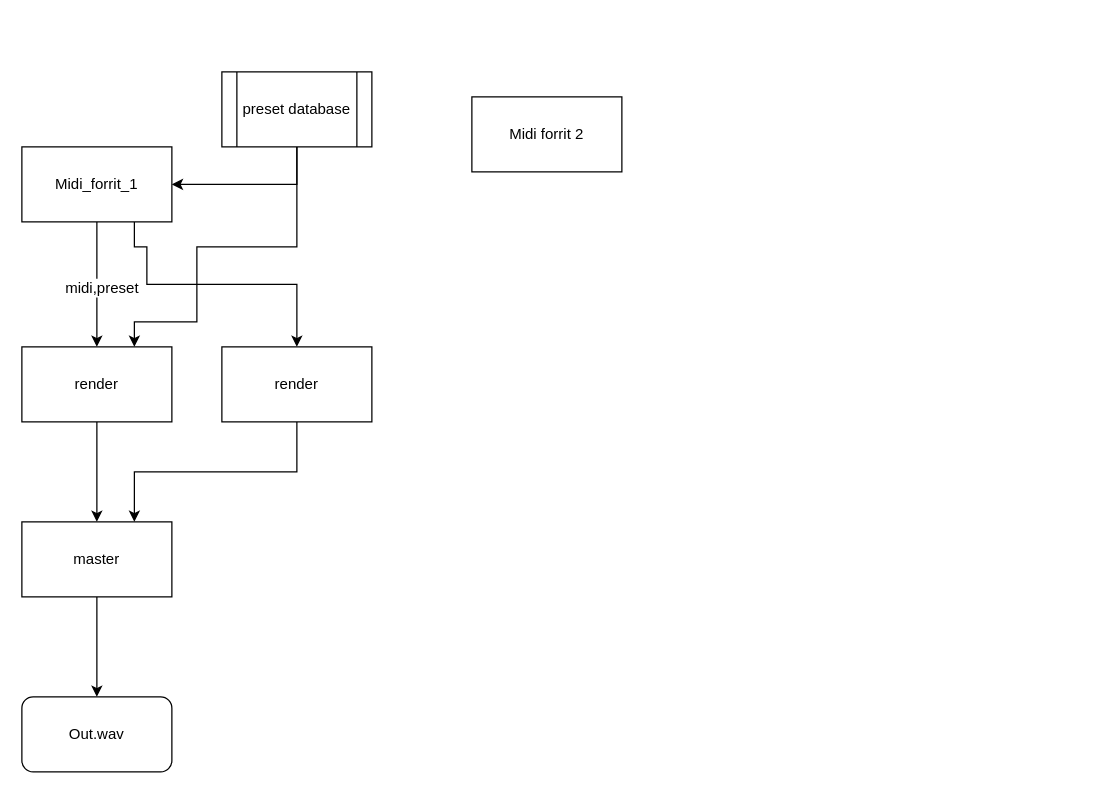
Before: Workflow.drawio in gisli61/Rendaur, a draw.io diagram. Source tidied: cells renumbered, new cells numbered last; positions are measured from the earlier drawing's top-left corner, leaving out a move shared by most shapes. Both pictures are drawn from the tidied source at 125%, with x=0, y=0 at pixel (21, 71).
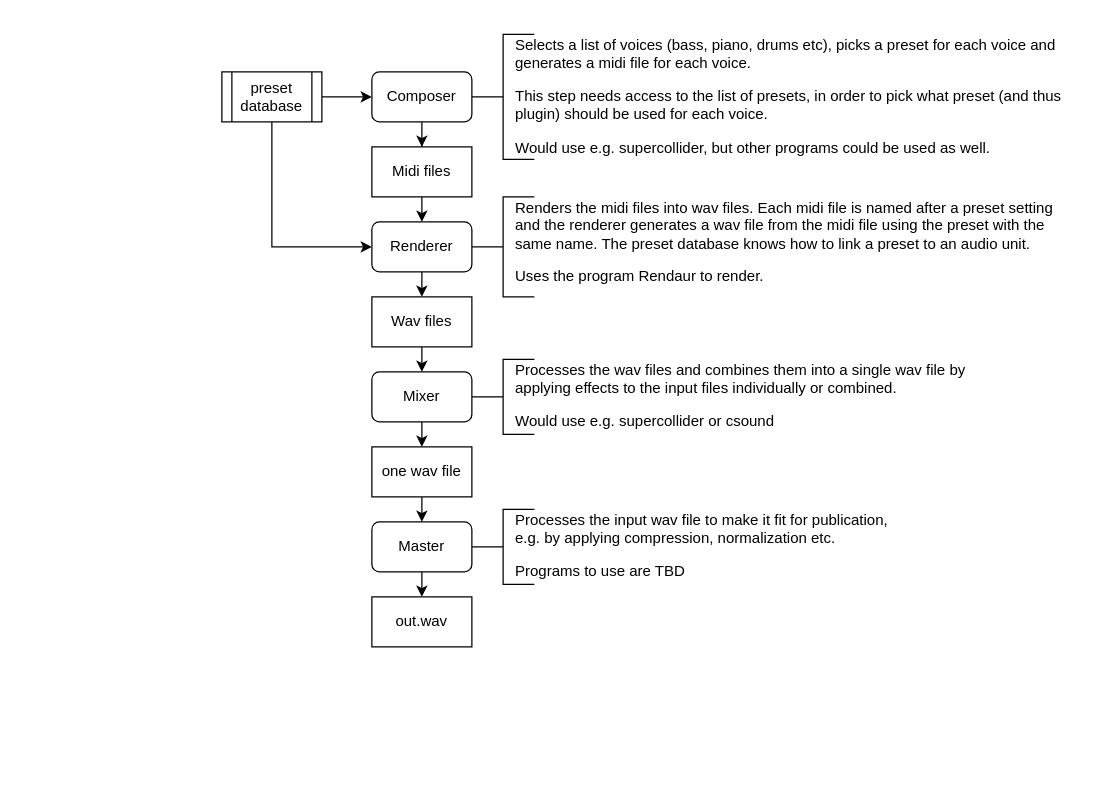
The same page after the edit.

Commit message:
Cleaned up image and added comments

Diff of the diagram source:
```diff
@@
-    <mxCell id="2" style="edgeStyle=orthogonalEdgeStyle;rounded=0;jettySize=auto;html=1;" parent="1" edge="1" source="5" target="7">
-      <mxGeometry relative="1" as="geometry" />
-    </mxCell>
-    <mxCell id="3" value="midi,preset" style="text;html=1;align=center;verticalAlign=middle;labelBackgroundColor=#ffffff;" parent="2" vertex="1">
-      <mxGeometry x="0.03" y="3" relative="1" as="geometry" />
-    </mxCell>
-    <mxCell id="4" style="edgeStyle=orthogonalEdgeStyle;rounded=0;jettySize=auto;html=1;exitX=0.75;exitY=1;exitDx=0;exitDy=0;entryX=0.5;entryY=0;entryDx=0;entryDy=0;" parent="1" edge="1" source="5" target="12">
-      <mxGeometry relative="1" as="geometry">
-        <Array as="points">
-          <mxPoint x="90" y="140" />
-          <mxPoint x="100" y="140" />
-          <mxPoint x="100" y="170" />
-          <mxPoint x="220" y="170" />
-        </Array>
-      </mxGeometry>
-    </mxCell>
-    <mxCell id="5" value="Midi_forrit_1" style="rounded=0;whiteSpace=wrap;html=1;" parent="1" vertex="1">
-      <mxGeometry y="60" width="120" height="60" as="geometry" />
-    </mxCell>
-    <mxCell id="6" style="edgeStyle=orthogonalEdgeStyle;rounded=0;jettySize=auto;html=1;" parent="1" edge="1" source="7" target="9">
-      <mxGeometry relative="1" as="geometry" />
-    </mxCell>
-    <mxCell id="7" value="render" style="rounded=0;whiteSpace=wrap;html=1;" parent="1" vertex="1">
-      <mxGeometry y="220" width="120" height="60" as="geometry" />
-    </mxCell>
-    <mxCell id="8" style="edgeStyle=orthogonalEdgeStyle;rounded=0;jettySize=auto;html=1;" parent="1" edge="1" source="9" target="13">
-      <mxGeometry relative="1" as="geometry" />
-    </mxCell>
-    <mxCell id="9" value="master" style="rounded=0;whiteSpace=wrap;html=1;" parent="1" vertex="1">
-      <mxGeometry y="360" width="120" height="60" as="geometry" />
-    </mxCell>
-    <mxCell id="10" value="Midi forrit 2" style="rounded=0;whiteSpace=wrap;html=1;" parent="1" vertex="1">
-      <mxGeometry x="360" y="20" width="120" height="60" as="geometry" />
-    </mxCell>
-    <mxCell id="11" style="edgeStyle=orthogonalEdgeStyle;rounded=0;jettySize=auto;html=1;exitX=0.5;exitY=1;exitDx=0;exitDy=0;entryX=0.75;entryY=0;entryDx=0;entryDy=0;" parent="1" edge="1" source="12" target="9">
-      <mxGeometry relative="1" as="geometry" />
-    </mxCell>
-    <mxCell id="12" value="render" style="rounded=0;whiteSpace=wrap;html=1;" parent="1" vertex="1">
-      <mxGeometry x="160" y="220" width="120" height="60" as="geometry" />
-    </mxCell>
-    <mxCell id="13" value="Out.wav" style="rounded=1;whiteSpace=wrap;html=1;" parent="1" vertex="1">
-      <mxGeometry y="500" width="120" height="60" as="geometry" />
-    </mxCell>
-    <mxCell id="14" style="edgeStyle=orthogonalEdgeStyle;rounded=0;jettySize=auto;html=1;exitX=0.5;exitY=1;exitDx=0;exitDy=0;entryX=1;entryY=0.5;entryDx=0;entryDy=0;" parent="1" edge="1" source="16" target="5">
-      <mxGeometry relative="1" as="geometry" />
-    </mxCell>
-    <mxCell id="15" style="edgeStyle=orthogonalEdgeStyle;rounded=0;jettySize=auto;html=1;exitX=0.5;exitY=1;exitDx=0;exitDy=0;entryX=0.75;entryY=0;entryDx=0;entryDy=0;" parent="1" edge="1" source="16" target="7">
-      <mxGeometry relative="1" as="geometry">
-        <Array as="points">
-          <mxPoint x="220" y="140" />
-          <mxPoint x="140" y="140" />
-          <mxPoint x="140" y="200" />
-          <mxPoint x="90" y="200" />
-        </Array>
-      </mxGeometry>
-    </mxCell>
+    <mxCell id="17" style="edgeStyle=orthogonalEdgeStyle;rounded=0;jettySize=auto;html=1;exitX=0.5;exitY=1;exitDx=0;exitDy=0;entryX=0;entryY=0.5;entryDx=0;entryDy=0;" parent="1" edge="1" source="16" target="24">
+      <mxGeometry relative="1" as="geometry" />
+    </mxCell>
+    <mxCell id="18" style="edgeStyle=orthogonalEdgeStyle;rounded=0;jettySize=auto;html=1;entryX=0;entryY=0.5;entryDx=0;entryDy=0;" parent="1" edge="1" source="16" target="20">
+      <mxGeometry relative="1" as="geometry" />
+    </mxCell>
     <mxCell id="16" value="preset database" style="shape=process;whiteSpace=wrap;html=1;backgroundOutline=1;" parent="1" vertex="1">
-      <mxGeometry x="160" width="120" height="60" as="geometry" />
+      <mxGeometry x="160" width="80" height="40" as="geometry" />
     </mxCell>
+    <mxCell id="19" style="edgeStyle=orthogonalEdgeStyle;rounded=0;jettySize=auto;html=1;exitX=0.5;exitY=1;exitDx=0;exitDy=0;" parent="1" edge="1" source="20" target="22">
+      <mxGeometry relative="1" as="geometry" />
+    </mxCell>
+    <mxCell id="20" value="Composer" style="rounded=1;whiteSpace=wrap;html=1;" parent="1" vertex="1">
+      <mxGeometry x="280" width="80" height="40" as="geometry" />
+    </mxCell>
+    <mxCell id="21" style="edgeStyle=orthogonalEdgeStyle;rounded=0;jettySize=auto;html=1;exitX=0.5;exitY=1;exitDx=0;exitDy=0;entryX=0.5;entryY=0;entryDx=0;entryDy=0;" parent="1" edge="1" source="22" target="24">
+      <mxGeometry relative="1" as="geometry" />
+    </mxCell>
+    <mxCell id="22" value="Midi files" style="rounded=0;whiteSpace=wrap;html=1;" parent="1" vertex="1">
+      <mxGeometry x="280" y="60" width="80" height="40" as="geometry" />
+    </mxCell>
+    <mxCell id="23" style="edgeStyle=orthogonalEdgeStyle;rounded=0;jettySize=auto;html=1;exitX=0.5;exitY=1;exitDx=0;exitDy=0;entryX=0.5;entryY=0;entryDx=0;entryDy=0;" parent="1" edge="1" source="24" target="26">
+      <mxGeometry relative="1" as="geometry" />
+    </mxCell>
+    <mxCell id="24" value="Renderer" style="rounded=1;whiteSpace=wrap;html=1;" parent="1" vertex="1">
+      <mxGeometry x="280" y="120" width="80" height="40" as="geometry" />
+    </mxCell>
+    <mxCell id="25" style="edgeStyle=orthogonalEdgeStyle;rounded=0;jettySize=auto;html=1;exitX=0.5;exitY=1;exitDx=0;exitDy=0;entryX=0.5;entryY=0;entryDx=0;entryDy=0;" parent="1" edge="1" source="26" target="28">
+      <mxGeometry relative="1" as="geometry" />
+    </mxCell>
+    <mxCell id="26" value="Wav files" style="rounded=0;whiteSpace=wrap;html=1;" parent="1" vertex="1">
+      <mxGeometry x="280" y="180" width="80" height="40" as="geometry" />
+    </mxCell>
+    <mxCell id="27" style="edgeStyle=orthogonalEdgeStyle;rounded=0;jettySize=auto;html=1;exitX=0.5;exitY=1;exitDx=0;exitDy=0;entryX=0.5;entryY=0;entryDx=0;entryDy=0;" parent="1" edge="1" source="28" target="30">
+      <mxGeometry relative="1" as="geometry" />
+    </mxCell>
+    <mxCell id="28" value="Mixer" style="rounded=1;whiteSpace=wrap;html=1;" parent="1" vertex="1">
+      <mxGeometry x="280" y="240" width="80" height="40" as="geometry" />
+    </mxCell>
+    <mxCell id="29" style="edgeStyle=orthogonalEdgeStyle;rounded=0;jettySize=auto;html=1;exitX=0.5;exitY=1;exitDx=0;exitDy=0;entryX=0.5;entryY=0;entryDx=0;entryDy=0;" parent="1" edge="1" source="30" target="32">
+      <mxGeometry relative="1" as="geometry" />
+    </mxCell>
+    <mxCell id="30" value="one wav file" style="rounded=0;whiteSpace=wrap;html=1;" parent="1" vertex="1">
+      <mxGeometry x="280" y="300" width="80" height="40" as="geometry" />
+    </mxCell>
+    <mxCell id="31" style="edgeStyle=orthogonalEdgeStyle;rounded=0;jettySize=auto;html=1;exitX=0.5;exitY=1;exitDx=0;exitDy=0;entryX=0.5;entryY=0;entryDx=0;entryDy=0;" parent="1" edge="1" source="32" target="33">
+      <mxGeometry relative="1" as="geometry" />
+    </mxCell>
+    <mxCell id="32" value="Master" style="rounded=1;whiteSpace=wrap;html=1;" parent="1" vertex="1">
+      <mxGeometry x="280" y="360" width="80" height="40" as="geometry" />
+    </mxCell>
+    <mxCell id="33" value="out.wav" style="rounded=0;whiteSpace=wrap;html=1;" parent="1" vertex="1">
+      <mxGeometry x="280" y="420" width="80" height="40" as="geometry" />
+    </mxCell>
+    <mxCell id="34" style="html=1;shape=mxgraph.flowchart.annotation_2;align=left;" parent="1" vertex="1">
+      <mxGeometry x="360" y="-30" width="50" height="100" as="geometry" />
+    </mxCell>
+    <mxCell id="35" value="&lt;p&gt;Selects a list of voices (bass, piano, drums etc), picks a preset for each voice and generates a midi file for each voice.&amp;nbsp;&lt;/p&gt;&lt;p&gt;This step needs access to the list of presets, in order to pick what preset (and thus plugin) should be used for each voice.&lt;/p&gt;&lt;p&gt;Would use e.g. supercollider, but other programs could be used as well.&lt;/p&gt;" style="text;html=1;strokeColor=none;fillColor=none;spacing=5;spacingTop=-20;whiteSpace=wrap;overflow=hidden;rounded=0;" parent="1" vertex="1">
+      <mxGeometry x="390" y="-30" width="470" height="100" as="geometry" />
+    </mxCell>
+    <mxCell id="36" value="&lt;p&gt;Renders the midi files into wav files. Each midi file is named after a preset setting and the renderer generates a wav file from the midi file using the preset with the same name. The preset database knows how to link a preset to an audio unit.&lt;/p&gt;&lt;p&gt;Uses the program Rendaur to render.&lt;/p&gt;" style="text;html=1;strokeColor=none;fillColor=none;spacing=5;spacingTop=-20;whiteSpace=wrap;overflow=hidden;rounded=0;" parent="1" vertex="1">
+      <mxGeometry x="390" y="100" width="450" height="80" as="geometry" />
+    </mxCell>
+    <mxCell id="37" style="html=1;shape=mxgraph.flowchart.annotation_2;align=left;" parent="1" vertex="1">
+      <mxGeometry x="360" y="100" width="50" height="80" as="geometry" />
+    </mxCell>
+    <mxCell id="38" value="&lt;p&gt;Processes the wav files and combines them into a single wav file by applying effects to the input files individually or combined.&lt;/p&gt;&lt;p&gt;Would use e.g. supercollider or csound&lt;/p&gt;" style="text;html=1;strokeColor=none;fillColor=none;spacing=5;spacingTop=-20;whiteSpace=wrap;overflow=hidden;rounded=0;" parent="1" vertex="1">
+      <mxGeometry x="390" y="230" width="410" height="60" as="geometry" />
+    </mxCell>
+    <mxCell id="39" style="html=1;shape=mxgraph.flowchart.annotation_2;align=left;" parent="1" vertex="1">
+      <mxGeometry x="360" y="230" width="50" height="60" as="geometry" />
+    </mxCell>
+    <mxCell id="40" style="html=1;shape=mxgraph.flowchart.annotation_2;align=left;" parent="1" vertex="1">
+      <mxGeometry x="360" y="350" width="50" height="60" as="geometry" />
+    </mxCell>
+    <mxCell id="41" value="&lt;p&gt;Processes the input wav file to make it fit for publication, e.g. by applying compression, normalization etc.&lt;/p&gt;&lt;p&gt;Programs to use are TBD&lt;/p&gt;" style="text;html=1;strokeColor=none;fillColor=none;spacing=5;spacingTop=-20;whiteSpace=wrap;overflow=hidden;rounded=0;" parent="1" vertex="1">
+      <mxGeometry x="390" y="350" width="310" height="60" as="geometry" />
+    </mxCell>
```
